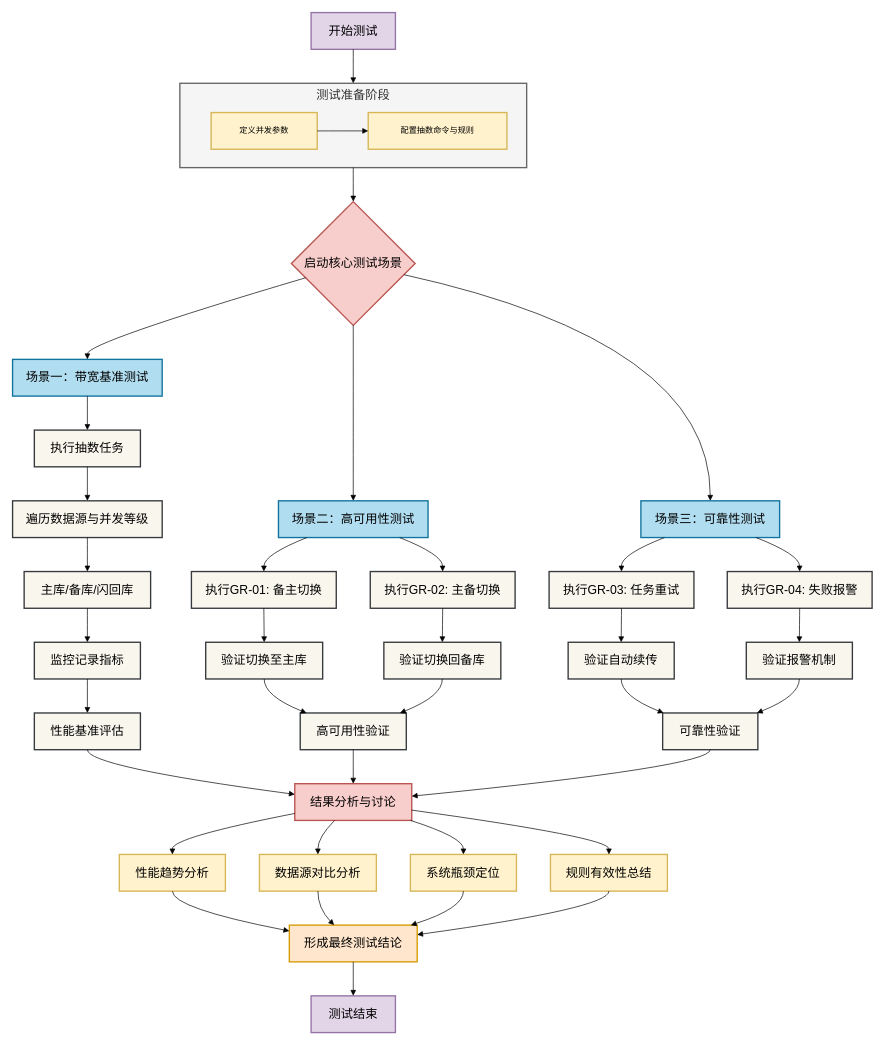
Before: 未命名绘图.drawio in kuxing-pretty/test, a draw.io diagram. Source tidied: cells renumbered, new cells numbered last; positions are measured from the earlier drawing's top-left corner, leaving out a move shared by most shapes. Both pictures are drawn from the tidied source at 68%, with x=0, y=0 at pixel (12, 12).
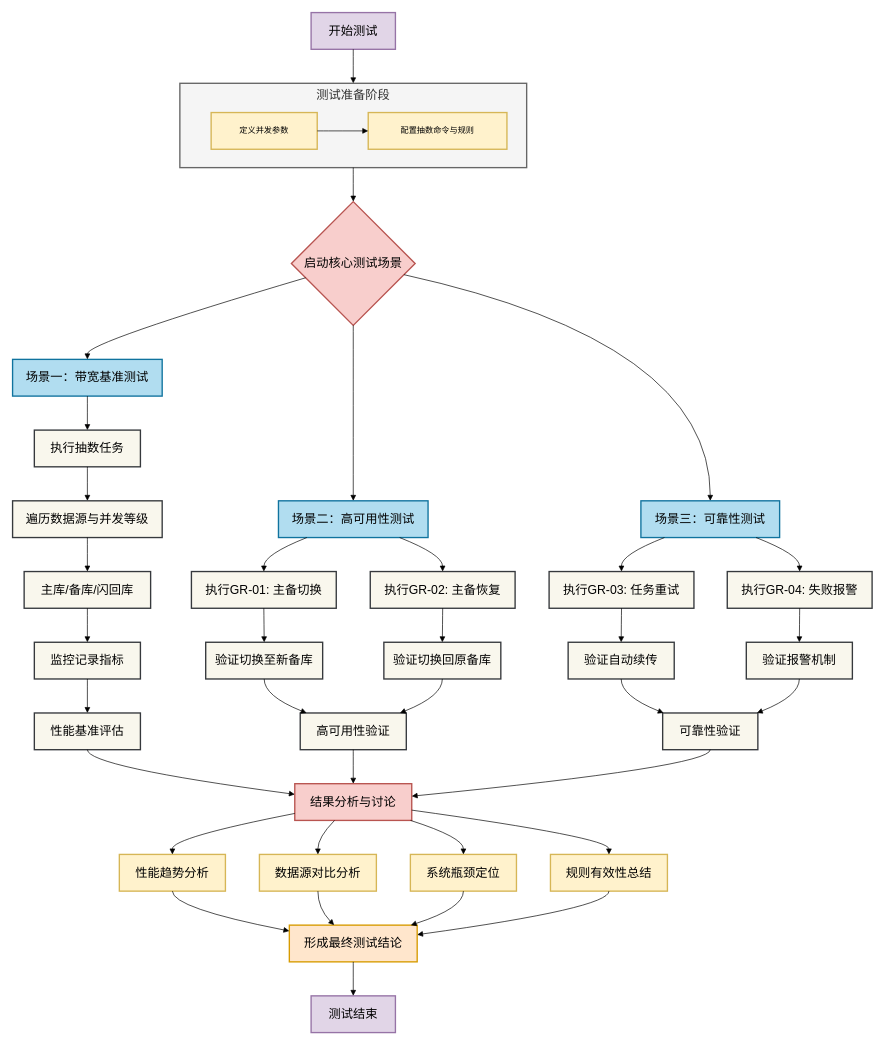
Above is the later version.

Commit message:
更新未命名绘图.drawio

The change refers to these unchanged cells:
```xml
<mxCell id="2" style="group;" parent="1" vertex="1">
  <mxGeometry width="1264" height="1500" as="geometry" />
</mxCell>
```

The edit, as a diff of the source:
```diff
@@
-    <mxCell id="16" value="执行GR-01: 备主切换" style="whiteSpace=wrap;strokeWidth=2;fontSize=18;fillColor=#f9f7ed;strokeColor=#36393d;" parent="2" vertex="1">
+    <mxCell id="16" value="执行GR-01: 主备切换" style="whiteSpace=wrap;strokeWidth=2;fontSize=18;fillColor=#f9f7ed;strokeColor=#36393d;" parent="2" vertex="1">
       <mxGeometry x="263" y="822" width="213" height="54" as="geometry" />
     </mxCell>
-    <mxCell id="17" value="验证切换至主库" style="whiteSpace=wrap;strokeWidth=2;fontSize=18;fillColor=#f9f7ed;strokeColor=#36393d;" parent="2" vertex="1">
+    <mxCell id="17" value="验证切换至新备库" style="whiteSpace=wrap;strokeWidth=2;fontSize=18;fillColor=#f9f7ed;strokeColor=#36393d;" parent="2" vertex="1">
       <mxGeometry x="284" y="926" width="172" height="54" as="geometry" />
     </mxCell>
-    <mxCell id="18" value="执行GR-02: 主备切换" style="whiteSpace=wrap;strokeWidth=2;fontSize=18;fillColor=#f9f7ed;strokeColor=#36393d;" parent="2" vertex="1">
+    <mxCell id="18" value="执行GR-02: 主备恢复" style="whiteSpace=wrap;strokeWidth=2;fontSize=18;fillColor=#f9f7ed;strokeColor=#36393d;" parent="2" vertex="1">
       <mxGeometry x="526" y="822" width="213" height="54" as="geometry" />
     </mxCell>
-    <mxCell id="19" value="验证切换回备库" style="whiteSpace=wrap;strokeWidth=2;fontSize=18;fillColor=#f9f7ed;strokeColor=#36393d;" parent="2" vertex="1">
+    <mxCell id="19" value="验证切换回原备库" style="whiteSpace=wrap;strokeWidth=2;fontSize=18;fillColor=#f9f7ed;strokeColor=#36393d;" parent="2" vertex="1">
       <mxGeometry x="546" y="926" width="172" height="54" as="geometry" />
     </mxCell>
```
